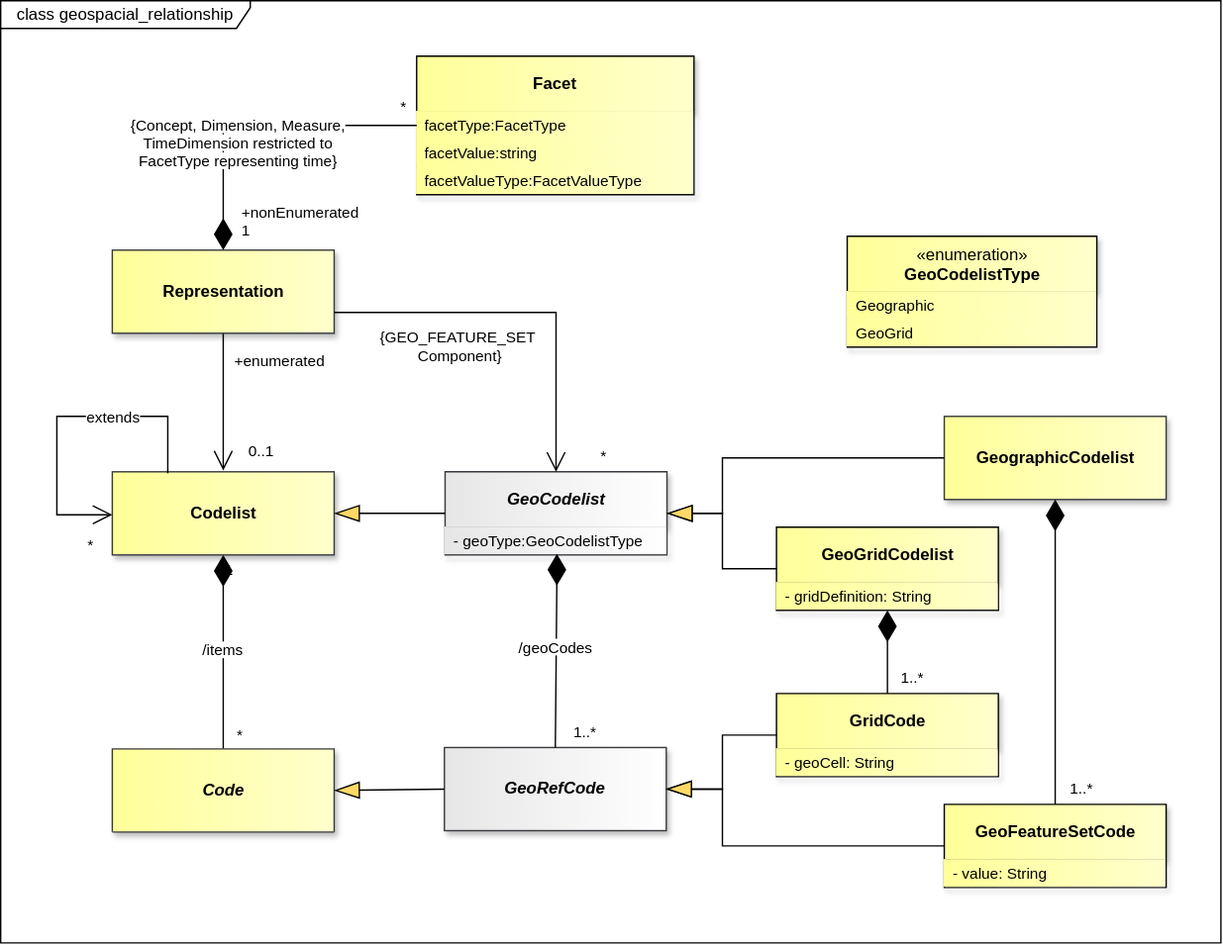
Before: docs/information_model/media/sdmx_geospatial-geospatial_relationship.svg, a diagram exported from draw.io (sdmx-twg/sdmx-im). Source tidied: cells renumbered, new cells last; positions are measured from the earlier drawing's top-left corner, leaving out a move shared by most shapes.
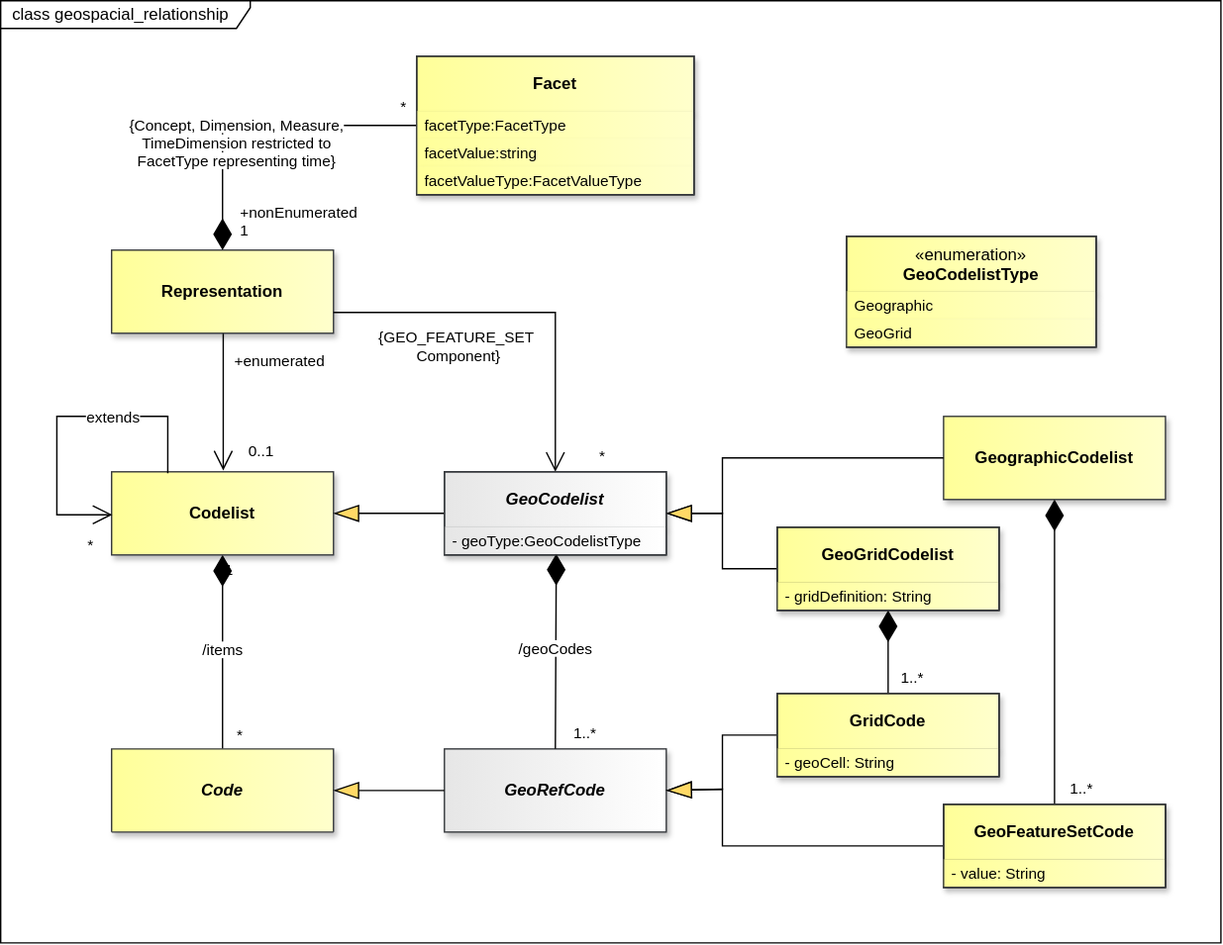
Above is the later version.

The edit, as a diff of the source:
```diff
@@ -17,7 +17,7 @@
     <mxCell id="6" style="endArrow=none;" parent="1" edge="1">
       <mxGeometry relative="1" as="geometry" />
     </mxCell>
-    <mxCell id="7" value="class geospacial_relationship" style="shape=umlFrame;whiteSpace=wrap;html=1;fillColor=light-dark(#FFFFFF,#121212);swimlaneFillColor=light-dark(#FFFFFF,#121212);width=180;height=20;" parent="1" vertex="1">
+    <mxCell id="7" value="&amp;nbsp; class geospacial_relationship" style="shape=umlFrame;whiteSpace=wrap;html=1;fillColor=light-dark(#FFFFFF,#121212);swimlaneFillColor=light-dark(#FFFFFF,#121212);width=180;height=20;align=left;" parent="1" vertex="1">
       <mxGeometry width="880" height="680" as="geometry" />
     </mxCell>
     <mxCell id="8" value="&lt;font style=&quot;color: light-dark(rgb(0, 0, 0), rgb(255, 255, 255)); background-color: light-dark(rgb(255, 255, 255), rgb(0, 0, 0));&quot;&gt;/items&lt;/font&gt;" style="endArrow=none;html=1;endSize=12;startArrow=diamondThin;startSize=20;startFill=1;edgeStyle=orthogonalEdgeStyle;rounded=0;endFill=0;strokeColor=light-dark(#000000,#FFFFFF);fontColor=light-dark(#000000,#FFFFFF);labelBackgroundColor=none;exitX=0.5;exitY=1;exitDx=0;exitDy=0;entryX=0.5;entryY=0;entryDx=0;entryDy=0;" parent="1" edge="1" source="14" target="15">
@@ -48,18 +48,18 @@
       <mxGeometry x="159.5" y="398" as="geometry" />
     </mxCell>
     <mxCell id="14" value="&lt;span&gt;&lt;span&gt;Codelist&lt;/span&gt;&lt;/span&gt;" style="whiteSpace=wrap;html=1;verticalAlign=middle;gradientDirection=east;imageVerticalAlign=top;fontStyle=1;fillColor=light-dark(#FFFF99,#FFFF99);strokeColor=#36393d;fontColor=light-dark(#000000,#000000);gradientColor=light-dark(#FFFFCC,#FFFFCC);shadow=1;" parent="1" vertex="1">
-      <mxGeometry x="80.5" y="340" width="160" height="60" as="geometry" />
+      <mxGeometry x="80" y="340" width="160" height="60" as="geometry" />
     </mxCell>
     <mxCell id="15" value="Code" style="swimlane;fontStyle=3;align=center;verticalAlign=middle;horizontal=1;startSize=61;whiteSpace=wrap;html=1;strokeColor=#36393d;fontFamily=Helvetica;fontSize=12;fillColor=light-dark(#FFFF99,#FFFF99);gradientDirection=east;gradientColor=light-dark(#FFFFCC,#FFFFCC);fontColor=light-dark(#000000,#000000);shadow=1;" parent="1" vertex="1">
-      <mxGeometry x="80.5" y="540" width="160" height="60" as="geometry" />
+      <mxGeometry x="80" y="540" width="160" height="60" as="geometry" />
     </mxCell>
     <mxCell id="16" value="GeoRefCode" style="whiteSpace=wrap;html=1;verticalAlign=middle;gradientDirection=east;imageVerticalAlign=top;fontStyle=3;fillColor=light-dark(#E6E6E6,#E6E6E6);strokeColor=#36393d;fontColor=light-dark(#000000,#000000);gradientColor=light-dark(#FFFFFF,#FFFFFF);shadow=1;" parent="1" vertex="1">
-      <mxGeometry x="320" y="539" width="160" height="60" as="geometry" />
+      <mxGeometry x="320" y="540" width="160" height="60" as="geometry" />
     </mxCell>
     <mxCell id="17" value="GeoCodelist" style="swimlane;fontStyle=3;align=center;verticalAlign=middle;horizontal=1;startSize=40;whiteSpace=wrap;html=1;strokeColor=#36393d;fontFamily=Helvetica;fontSize=12;fillColor=light-dark(#E6E6E6,#E6E6E6);gradientDirection=east;gradientColor=light-dark(#FFFFFF,#FFFFFF);fontColor=light-dark(#000000,#000000);shadow=1;" parent="1" vertex="1">
-      <mxGeometry x="320.5" y="340" width="160" height="60" as="geometry" />
+      <mxGeometry x="320" y="340" width="160" height="60" as="geometry" />
     </mxCell>
-    <mxCell id="18" value="-&amp;nbsp;geoType:GeoCodelistType" style="text;strokeColor=none;fillColor=light-dark(#E6E6E6,#E6E6E6);align=left;verticalAlign=middle;spacingLeft=4;spacingRight=4;overflow=hidden;points=[[0,0.5],[1,0.5]];portConstraint=eastwest;whiteSpace=wrap;html=1;fontFamily=Helvetica;fontSize=11;fontColor=light-dark(#000000,#000000);fontStyle=0;gradientColor=light-dark(#FFFFFF,#FFFFFF);gradientDirection=east;" parent="17" vertex="1">
+    <mxCell id="18" value="-&amp;nbsp;geoType:GeoCodelistType" style="text;strokeColor=none;fillColor=light-dark(#E6E6E6,#E6E6E6);align=left;verticalAlign=middle;spacingLeft=4;spacingRight=4;overflow=hidden;points=[[0,0.5],[1,0.5]];portConstraint=eastwest;whiteSpace=wrap;html=1;fontFamily=Helvetica;fontSize=11;fontColor=light-dark(#000000,#000000);fontStyle=0;gradientColor=light-dark(#FFFFFF,#FFFFFF);gradientDirection=east;shadow=1;" parent="17" vertex="1">
       <mxGeometry y="40" width="160" height="20" as="geometry" />
     </mxCell>
     <mxCell id="19" value="&lt;font style=&quot;color: light-dark(rgb(0, 0, 0), rgb(255, 255, 255)); background-color: light-dark(rgb(255, 255, 255), rgb(0, 0, 0));&quot;&gt;/geoCodes&lt;/font&gt;" style="endArrow=none;html=1;endSize=12;startArrow=diamondThin;startSize=20;startFill=1;edgeStyle=orthogonalEdgeStyle;rounded=0;endFill=0;strokeColor=light-dark(#000000,#FFFFFF);fontColor=light-dark(#000000,#FFFFFF);labelBackgroundColor=none;entryX=0.5;entryY=0;entryDx=0;entryDy=0;exitX=0.504;exitY=0.96;exitDx=0;exitDy=0;exitPerimeter=0;" parent="1" edge="1" source="18" target="16">
@@ -81,24 +81,24 @@
       <mxGeometry relative="1" as="geometry" />
     </mxCell>
     <mxCell id="23" value="&lt;span&gt;&lt;span&gt;GeographicCodelist&lt;/span&gt;&lt;/span&gt;" style="whiteSpace=wrap;html=1;verticalAlign=middle;gradientDirection=east;imageVerticalAlign=top;fontStyle=1;fillColor=light-dark(#FFFF99,#FFFF99);strokeColor=#36393d;fontColor=light-dark(#000000,#000000);gradientColor=light-dark(#FFFFCC,#FFFFCC);shadow=1;" parent="1" vertex="1">
-      <mxGeometry x="680.5" y="300" width="160" height="60" as="geometry" />
+      <mxGeometry x="680" y="300" width="160" height="60" as="geometry" />
     </mxCell>
     <mxCell id="24" value="GeoGridCodelist" style="swimlane;fontStyle=1;align=center;verticalAlign=middle;horizontal=1;startSize=40;whiteSpace=wrap;html=1;fillColor=light-dark(#FFFF99,#FFFF99);strokeColor=light-dark(#000000,#000000);gradientDirection=east;swimlaneLine=1;fontColor=light-dark(#000000,#000000);labelBackgroundColor=none;textShadow=0;gradientColor=light-dark(#FFFFCC,#FFFFCC);shadow=1;" parent="1" vertex="1">
-      <mxGeometry x="559.5" y="380" width="160" height="60" as="geometry" />
+      <mxGeometry x="560" y="380" width="160" height="60" as="geometry" />
     </mxCell>
-    <mxCell id="25" value="- gridDefinition: String" style="text;strokeColor=none;fillColor=light-dark(#FFFF99,#FFFF99);align=left;verticalAlign=middle;spacingLeft=4;spacingRight=4;overflow=hidden;whiteSpace=wrap;html=1;fontFamily=Helvetica;fontSize=11;fontColor=light-dark(#000000,#000000);gradientColor=light-dark(#FFFFCC,#FFFFCC);gradientDirection=east;" parent="24" vertex="1">
+    <mxCell id="25" value="- gridDefinition: String" style="text;strokeColor=none;fillColor=light-dark(#FFFF99,#FFFF99);align=left;verticalAlign=middle;spacingLeft=4;spacingRight=4;overflow=hidden;whiteSpace=wrap;html=1;fontFamily=Helvetica;fontSize=11;fontColor=light-dark(#000000,#000000);gradientColor=light-dark(#FFFFCC,#FFFFCC);gradientDirection=east;shadow=1;" parent="24" vertex="1">
       <mxGeometry y="40" width="160" height="20" as="geometry" />
     </mxCell>
     <mxCell id="26" value="GeoFeatureSetCode" style="swimlane;fontStyle=1;align=center;verticalAlign=middle;horizontal=1;startSize=40;whiteSpace=wrap;html=1;fillColor=light-dark(#FFFF99,#FFFF99);strokeColor=light-dark(#000000,#000000);gradientDirection=east;swimlaneLine=1;fontColor=light-dark(#000000,#000000);labelBackgroundColor=none;textShadow=0;gradientColor=light-dark(#FFFFCC,#FFFFCC);shadow=1;" parent="1" vertex="1">
-      <mxGeometry x="680.5" y="580" width="160" height="60" as="geometry" />
+      <mxGeometry x="680" y="580" width="160" height="60" as="geometry" />
     </mxCell>
-    <mxCell id="27" value="- value: String" style="text;strokeColor=none;fillColor=light-dark(#FFFF99,#FFFF99);align=left;verticalAlign=middle;spacingLeft=4;spacingRight=4;overflow=hidden;whiteSpace=wrap;html=1;fontFamily=Helvetica;fontSize=11;fontColor=light-dark(#000000,#000000);gradientColor=light-dark(#FFFFCC,#FFFFCC);gradientDirection=east;" parent="26" vertex="1">
+    <mxCell id="27" value="- value: String" style="text;strokeColor=none;fillColor=light-dark(#FFFF99,#FFFF99);align=left;verticalAlign=middle;spacingLeft=4;spacingRight=4;overflow=hidden;whiteSpace=wrap;html=1;fontFamily=Helvetica;fontSize=11;fontColor=light-dark(#000000,#000000);gradientColor=light-dark(#FFFFCC,#FFFFCC);gradientDirection=east;shadow=1;" parent="26" vertex="1">
       <mxGeometry y="40" width="160" height="20" as="geometry" />
     </mxCell>
     <mxCell id="28" value="GridCode" style="swimlane;fontStyle=1;align=center;verticalAlign=middle;horizontal=1;startSize=40;whiteSpace=wrap;html=1;fillColor=light-dark(#FFFF99,#FFFF99);strokeColor=light-dark(#000000,#000000);gradientDirection=east;swimlaneLine=1;fontColor=light-dark(#000000,#000000);labelBackgroundColor=none;textShadow=0;gradientColor=light-dark(#FFFFCC,#FFFFCC);shadow=1;" parent="1" vertex="1">
-      <mxGeometry x="559.5" y="500" width="160" height="60" as="geometry" />
+      <mxGeometry x="560" y="500" width="160" height="60" as="geometry" />
     </mxCell>
-    <mxCell id="29" value="- geoCell: String" style="text;strokeColor=none;fillColor=light-dark(#FFFF99,#FFFF99);align=left;verticalAlign=middle;spacingLeft=4;spacingRight=4;overflow=hidden;whiteSpace=wrap;html=1;fontFamily=Helvetica;fontSize=11;fontColor=light-dark(#000000,#000000);gradientColor=light-dark(#FFFFCC,#FFFFCC);gradientDirection=east;" parent="28" vertex="1">
+    <mxCell id="29" value="- geoCell: String" style="text;strokeColor=none;fillColor=light-dark(#FFFF99,#FFFF99);align=left;verticalAlign=middle;spacingLeft=4;spacingRight=4;overflow=hidden;whiteSpace=wrap;html=1;fontFamily=Helvetica;fontSize=11;fontColor=light-dark(#000000,#000000);gradientColor=light-dark(#FFFFCC,#FFFFCC);gradientDirection=east;shadow=1;" parent="28" vertex="1">
       <mxGeometry y="40" width="160" height="20" as="geometry" />
     </mxCell>
     <mxCell id="30" style="endArrow=blockThin;endSize=16;endFill=1;html=1;rounded=0;exitX=0;exitY=0.5;exitDx=0;exitDy=0;startFill=0;endFillColor=light-dark(#FFD966,#FFD966);strokeColor=light-dark(#000000,#FFFFFF);startFillColor=light-dark(#000000,#FFFFFF);labelBackgroundColor=none;labelBorderColor=light-dark(#000000,#FFFFFF);entryX=1;entryY=0.5;entryDx=0;entryDy=0;" parent="1" edge="1" source="23" target="17">
@@ -150,7 +150,7 @@
       </mxGeometry>
     </mxCell>
     <mxCell id="38" value="&lt;span&gt;&lt;span&gt;Representation&lt;/span&gt;&lt;/span&gt;" style="whiteSpace=wrap;html=1;verticalAlign=middle;gradientDirection=east;imageVerticalAlign=top;fontStyle=1;fillColor=light-dark(#FFFF99,#FFFF99);strokeColor=#36393d;fontColor=light-dark(#000000,#000000);gradientColor=light-dark(#FFFFCC,#FFFFCC);shadow=1;" parent="1" vertex="1">
-      <mxGeometry x="80.5" y="180" width="160" height="60" as="geometry" />
+      <mxGeometry x="80" y="180" width="160" height="60" as="geometry" />
     </mxCell>
     <mxCell id="39" value="&lt;span style=&quot;background-color: rgb(255, 255, 255);&quot;&gt;extends&lt;/span&gt;" style="endArrow=open;html=1;endSize=12;startArrow=none;startSize=20;startFill=0;edgeStyle=orthogonalEdgeStyle;rounded=0;endFill=0;strokeColor=light-dark(#000000,#FFFFFF);fontColor=light-dark(#000000,#FFFFFF);labelBackgroundColor=none;exitX=0.25;exitY=0;exitDx=0;exitDy=0;entryX=0;entryY=0.5;entryDx=0;entryDy=0;innerLoopWaypoints=1;" parent="1" edge="1">
       <mxGeometry x="-0.3" y="1" relative="1" as="geometry">
@@ -179,13 +179,13 @@
     <mxCell id="43" value="Facet" style="swimlane;fontStyle=1;align=center;verticalAlign=middle;horizontal=1;startSize=40;whiteSpace=wrap;html=1;fillColor=light-dark(#FFFF99,#FFFF99);strokeColor=light-dark(#000000,#000000);gradientDirection=east;swimlaneLine=1;fontColor=light-dark(#000000,#000000);labelBackgroundColor=none;textShadow=0;gradientColor=light-dark(#FFFFCC,#FFFFCC);shadow=1;" parent="1" vertex="1">
       <mxGeometry x="300" y="40" width="200" height="100" as="geometry" />
     </mxCell>
-    <mxCell id="44" value="facetType:FacetType" style="text;strokeColor=none;fillColor=light-dark(#FFFF99,#FFFF99);align=left;verticalAlign=middle;spacingLeft=4;spacingRight=4;overflow=hidden;points=[[0,0.5],[1,0.5]];portConstraint=eastwest;whiteSpace=wrap;html=1;fontFamily=Helvetica;fontSize=11;fontColor=light-dark(#000000,#000000);gradientColor=light-dark(#FFFFCC,#FFFFCC);gradientDirection=east;" parent="43" vertex="1">
+    <mxCell id="44" value="facetType:FacetType" style="text;strokeColor=none;fillColor=light-dark(#FFFF99,#FFFF99);align=left;verticalAlign=middle;spacingLeft=4;spacingRight=4;overflow=hidden;points=[[0,0.5],[1,0.5]];portConstraint=eastwest;whiteSpace=wrap;html=1;fontFamily=Helvetica;fontSize=11;fontColor=light-dark(#000000,#000000);gradientColor=light-dark(#FFFFCC,#FFFFCC);gradientDirection=east;shadow=1;" parent="43" vertex="1">
       <mxGeometry y="40" width="200" height="20" as="geometry" />
     </mxCell>
-    <mxCell id="45" value="facetValue:string" style="text;strokeColor=none;fillColor=light-dark(#FFFF99,#FFFF99);align=left;verticalAlign=middle;spacingLeft=4;spacingRight=4;overflow=hidden;whiteSpace=wrap;html=1;fontFamily=Helvetica;fontSize=11;fontColor=light-dark(#000000,#000000);gradientColor=light-dark(#FFFFCC,#FFFFCC);gradientDirection=east;" parent="43" vertex="1">
+    <mxCell id="45" value="facetValue:string" style="text;strokeColor=none;fillColor=light-dark(#FFFF99,#FFFF99);align=left;verticalAlign=middle;spacingLeft=4;spacingRight=4;overflow=hidden;whiteSpace=wrap;html=1;fontFamily=Helvetica;fontSize=11;fontColor=light-dark(#000000,#000000);gradientColor=light-dark(#FFFFCC,#FFFFCC);gradientDirection=east;shadow=1;" parent="43" vertex="1">
       <mxGeometry y="60" width="200" height="20" as="geometry" />
     </mxCell>
-    <mxCell id="46" value="facetValueType:FacetValueType" style="text;strokeColor=none;fillColor=light-dark(#FFFF99,#FFFF99);align=left;verticalAlign=middle;spacingLeft=4;spacingRight=4;overflow=hidden;whiteSpace=wrap;html=1;fontFamily=Helvetica;fontSize=11;fontColor=light-dark(#000000,#000000);gradientColor=light-dark(#FFFFCC,#FFFFCC);gradientDirection=east;" parent="43" vertex="1">
+    <mxCell id="46" value="facetValueType:FacetValueType" style="text;strokeColor=none;fillColor=light-dark(#FFFF99,#FFFF99);align=left;verticalAlign=middle;spacingLeft=4;spacingRight=4;overflow=hidden;whiteSpace=wrap;html=1;fontFamily=Helvetica;fontSize=11;fontColor=light-dark(#000000,#000000);gradientColor=light-dark(#FFFFCC,#FFFFCC);gradientDirection=east;shadow=1;" parent="43" vertex="1">
       <mxGeometry y="80" width="200" height="20" as="geometry" />
     </mxCell>
     <mxCell id="47" value="&lt;font style=&quot;color: light-dark(rgb(0, 0, 0), rgb(255, 255, 255)); background-color: light-dark(rgb(255, 255, 255), rgb(0, 0, 0));&quot;&gt;{Concept, Dimension, Measure,&lt;br&gt;TimeDimension restricted to&lt;br&gt;FacetType representing time}&lt;/font&gt;" style="endArrow=none;html=1;endSize=12;startArrow=diamondThin;startSize=20;startFill=1;edgeStyle=orthogonalEdgeStyle;rounded=0;endFill=0;strokeColor=light-dark(#000000,#FFFFFF);fontColor=light-dark(#000000,#FFFFFF);labelBackgroundColor=none;entryX=0;entryY=0.5;entryDx=0;entryDy=0;exitX=0.5;exitY=0;exitDx=0;exitDy=0;" parent="1" edge="1" source="38" target="44">
@@ -202,13 +202,31 @@
       </mxGeometry>
     </mxCell>
     <mxCell id="50" value="&lt;span style=&quot;font-weight: normal;&quot;&gt;«enumeration»&lt;/span&gt;&lt;br&gt;GeoCodelistType" style="swimlane;fontStyle=1;align=center;verticalAlign=top;horizontal=1;startSize=40;whiteSpace=wrap;html=1;fillColor=light-dark(#FFFF99,#FFFF99);strokeColor=light-dark(#000000,#000000);gradientDirection=east;swimlaneLine=1;fontColor=light-dark(#000000,#000000);labelBackgroundColor=none;textShadow=0;gradientColor=light-dark(#FFFFCC,#FFFFCC);shadow=1;" parent="1" vertex="1">
-      <mxGeometry x="610.5" y="170" width="180" height="80" as="geometry" />
+      <mxGeometry x="610" y="170" width="180" height="80" as="geometry" />
     </mxCell>
-    <mxCell id="51" value="Geographic" style="text;strokeColor=none;fillColor=light-dark(#FFFF99,#FFFF99);align=left;verticalAlign=middle;spacingLeft=4;spacingRight=4;overflow=hidden;whiteSpace=wrap;html=1;fontFamily=Helvetica;fontSize=11;fontColor=light-dark(#000000,#000000);gradientColor=light-dark(#FFFFCC,#FFFFCC);gradientDirection=east;" parent="50" vertex="1">
+    <mxCell id="51" value="Geographic" style="text;strokeColor=none;fillColor=light-dark(#FFFF99,#FFFF99);align=left;verticalAlign=middle;spacingLeft=4;spacingRight=4;overflow=hidden;whiteSpace=wrap;html=1;fontFamily=Helvetica;fontSize=11;fontColor=light-dark(#000000,#000000);gradientColor=light-dark(#FFFFCC,#FFFFCC);gradientDirection=east;shadow=1;" parent="50" vertex="1">
       <mxGeometry y="40" width="180" height="20" as="geometry" />
     </mxCell>
-    <mxCell id="52" value="GeoGrid" style="text;strokeColor=none;fillColor=light-dark(#FFFF99,#FFFF99);align=left;verticalAlign=middle;spacingLeft=4;spacingRight=4;overflow=hidden;whiteSpace=wrap;html=1;fontFamily=Helvetica;fontSize=11;fontColor=light-dark(#000000,#000000);gradientColor=light-dark(#FFFFCC,#FFFFCC);gradientDirection=east;" parent="50" vertex="1">
+    <mxCell id="52" value="GeoGrid" style="text;strokeColor=none;fillColor=light-dark(#FFFF99,#FFFF99);align=left;verticalAlign=middle;spacingLeft=4;spacingRight=4;overflow=hidden;whiteSpace=wrap;html=1;fontFamily=Helvetica;fontSize=11;fontColor=light-dark(#000000,#000000);gradientColor=light-dark(#FFFFCC,#FFFFCC);gradientDirection=east;shadow=1;" parent="50" vertex="1">
       <mxGeometry y="60" width="180" height="20" as="geometry" />
     </mxCell>
+    <mxCell id="53" style="rounded=0;whiteSpace=wrap;html=1;fillColor=none;strokeColor=#36393D;" parent="1" vertex="1">
+      <mxGeometry x="300" y="40" width="200" height="100" as="geometry" />
+    </mxCell>
+    <mxCell id="54" style="rounded=0;whiteSpace=wrap;html=1;fillColor=none;strokeColor=#36393D;" parent="1" vertex="1">
+      <mxGeometry x="320" y="340" width="160" height="60" as="geometry" />
+    </mxCell>
+    <mxCell id="55" style="rounded=0;whiteSpace=wrap;html=1;fillColor=none;strokeColor=#36393D;" parent="1" vertex="1">
+      <mxGeometry x="610" y="170" width="180" height="80" as="geometry" />
+    </mxCell>
+    <mxCell id="56" style="rounded=0;whiteSpace=wrap;html=1;fillColor=none;strokeColor=#36393D;" parent="1" vertex="1">
+      <mxGeometry x="560" y="380" width="160" height="60" as="geometry" />
+    </mxCell>
+    <mxCell id="57" style="rounded=0;whiteSpace=wrap;html=1;fillColor=none;strokeColor=#36393D;" parent="1" vertex="1">
+      <mxGeometry x="560" y="500" width="160" height="60" as="geometry" />
+    </mxCell>
+    <mxCell id="58" style="rounded=0;whiteSpace=wrap;html=1;fillColor=none;strokeColor=#36393D;" parent="1" vertex="1">
+      <mxGeometry x="680" y="580" width="160" height="60" as="geometry" />
+    </mxCell>
   </root>
 </mxGraphModel>
```
